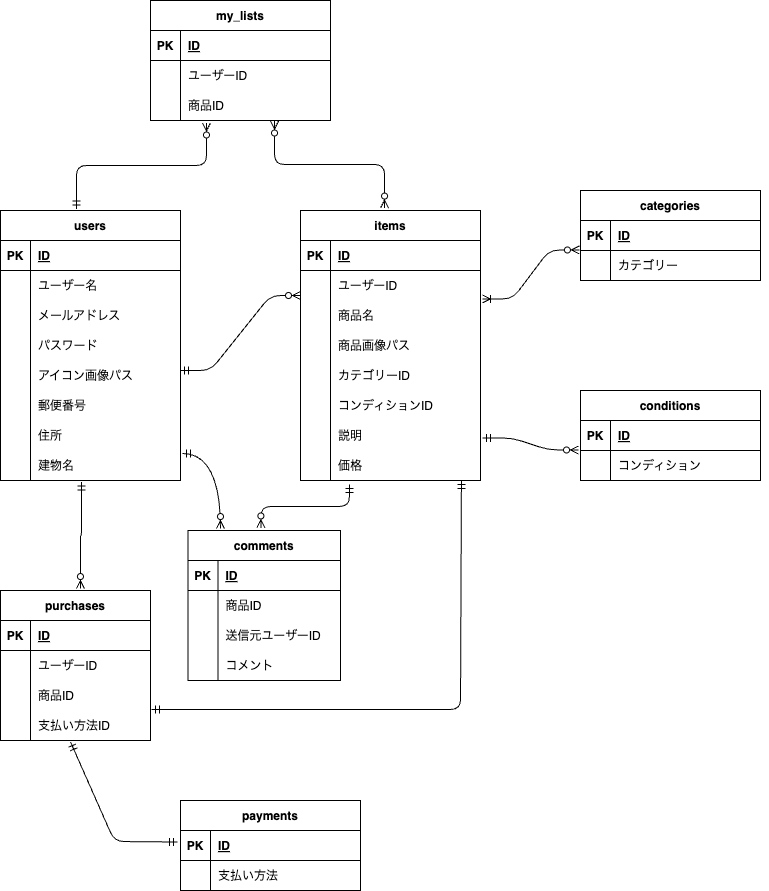
Above: docker/index.drawio.png in horiaya/pro-simulation (draw.io), before the change. Source tidied: cells renumbered, new cells last; positions are measured from the earlier drawing's top-left corner, leaving out a move shared by most shapes.
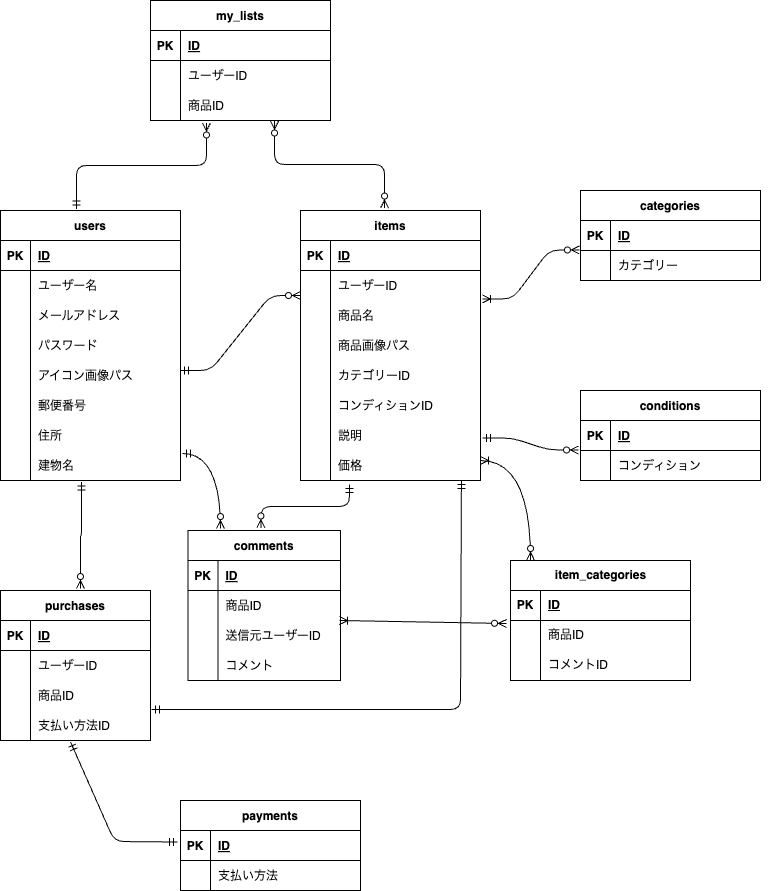
After the change.

The edit, as a diff of the source:
```diff
@@ -367,5 +367,45 @@
     <mxCell id="119" style="edgeStyle=orthogonalEdgeStyle;fontSize=12;html=1;endArrow=ERzeroToMany;startArrow=ERmandOne;exitX=1.011;exitY=0.1;exitDx=0;exitDy=0;exitPerimeter=0;entryX=0.213;entryY=-0.013;entryDx=0;entryDy=0;entryPerimeter=0;curved=1;" parent="1" edge="1" source="24" target="77">
       <mxGeometry relative="1" as="geometry" />
     </mxCell>
+    <mxCell id="120" value="item_categories" style="shape=table;startSize=30;rowLines=0;fontStyle=1;align=center;html=1;" parent="1" vertex="1">
+      <mxGeometry x="510" y="560" width="180" height="120" as="geometry" />
+    </mxCell>
+    <mxCell id="121" style="shape=tableRow;horizontal=0;startSize=0;swimlaneHead=0;swimlaneBody=0;fillColor=none;top=0;left=0;right=0;bottom=1;" parent="120" vertex="1">
+      <mxGeometry y="30" width="180" height="30" as="geometry" />
+    </mxCell>
+    <mxCell id="122" value="PK" style="shape=partialRectangle;fillColor=none;top=0;left=0;bottom=0;right=0;fontStyle=1;overflow=hidden;whiteSpace=wrap;html=1;" parent="121" vertex="1">
+      <mxGeometry width="30" height="30" as="geometry" />
+    </mxCell>
+    <mxCell id="123" value="ID" style="shape=partialRectangle;fillColor=none;top=0;left=0;bottom=0;right=0;align=left;spacingLeft=6;fontStyle=5;overflow=hidden;whiteSpace=wrap;html=1;" parent="121" vertex="1">
+      <mxGeometry x="30" width="150" height="30" as="geometry" />
+    </mxCell>
+    <mxCell id="124" style="shape=tableRow;horizontal=0;startSize=0;swimlaneHead=0;swimlaneBody=0;fillColor=none;points=[[0,0.5],[1,0.5]];portConstraint=eastwest;top=0;left=0;right=0;bottom=0;" parent="120" vertex="1">
+      <mxGeometry y="60" width="180" height="30" as="geometry" />
+    </mxCell>
+    <mxCell id="125" style="shape=partialRectangle;fillColor=none;top=0;left=0;bottom=0;right=0;overflow=hidden;whiteSpace=wrap;html=1;" parent="124" vertex="1">
+      <mxGeometry width="30" height="30" as="geometry" />
+    </mxCell>
+    <mxCell id="126" value="商品ID" style="shape=partialRectangle;fillColor=none;top=0;left=0;bottom=0;right=0;align=left;spacingLeft=6;overflow=hidden;whiteSpace=wrap;html=1;" parent="124" vertex="1">
+      <mxGeometry x="30" width="150" height="30" as="geometry" />
+    </mxCell>
+    <mxCell id="127" style="shape=tableRow;horizontal=0;startSize=0;swimlaneHead=0;swimlaneBody=0;fillColor=none;top=0;left=0;right=0;bottom=0;" parent="120" vertex="1">
+      <mxGeometry y="90" width="180" height="30" as="geometry" />
+    </mxCell>
+    <mxCell id="128" style="shape=partialRectangle;fillColor=none;top=0;left=0;bottom=0;right=0;overflow=hidden;whiteSpace=wrap;html=1;" parent="127" vertex="1">
+      <mxGeometry width="30" height="30" as="geometry" />
+    </mxCell>
+    <mxCell id="129" value="コメントID" style="shape=partialRectangle;fillColor=none;top=0;left=0;bottom=0;right=0;align=left;spacingLeft=6;overflow=hidden;whiteSpace=wrap;html=1;" parent="127" vertex="1">
+      <mxGeometry x="30" width="150" height="30" as="geometry" />
+    </mxCell>
+    <mxCell id="130" style="edgeStyle=orthogonalEdgeStyle;fontSize=12;html=1;endArrow=ERoneToMany;startArrow=ERzeroToMany;entryX=1;entryY=0.333;entryDx=0;entryDy=0;entryPerimeter=0;elbow=vertical;curved=1;" parent="1" edge="1" target="59">
+      <mxGeometry relative="1" as="geometry">
+        <mxPoint x="530" y="560" as="sourcePoint" />
+      </mxGeometry>
+    </mxCell>
+    <mxCell id="131" style="fontSize=12;html=1;endArrow=ERoneToMany;startArrow=ERzeroToMany;elbow=vertical;exitX=-0.022;exitY=0.1;exitDx=0;exitDy=0;exitPerimeter=0;" parent="1" edge="1" source="124">
+      <mxGeometry relative="1" as="geometry">
+        <mxPoint x="339" y="620" as="targetPoint" />
+      </mxGeometry>
+    </mxCell>
   </root>
 </mxGraphModel>
```
